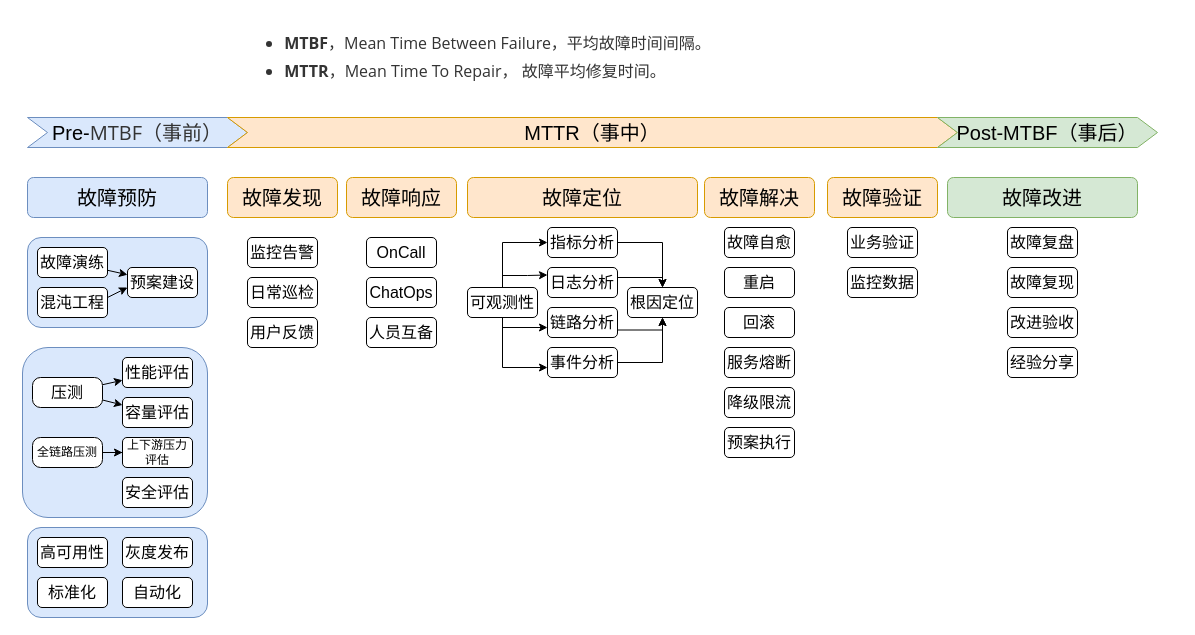
The draw.io diagram sre.drawio in clay-wangzhi/draw, before the edit. Source tidied: cells renumbered, new cells numbered last; positions are measured from the earlier drawing's top-left corner, leaving out a move shared by most shapes. Both pictures are drawn from the tidied source at 100%, with x=0, y=0 at pixel (22, 17).
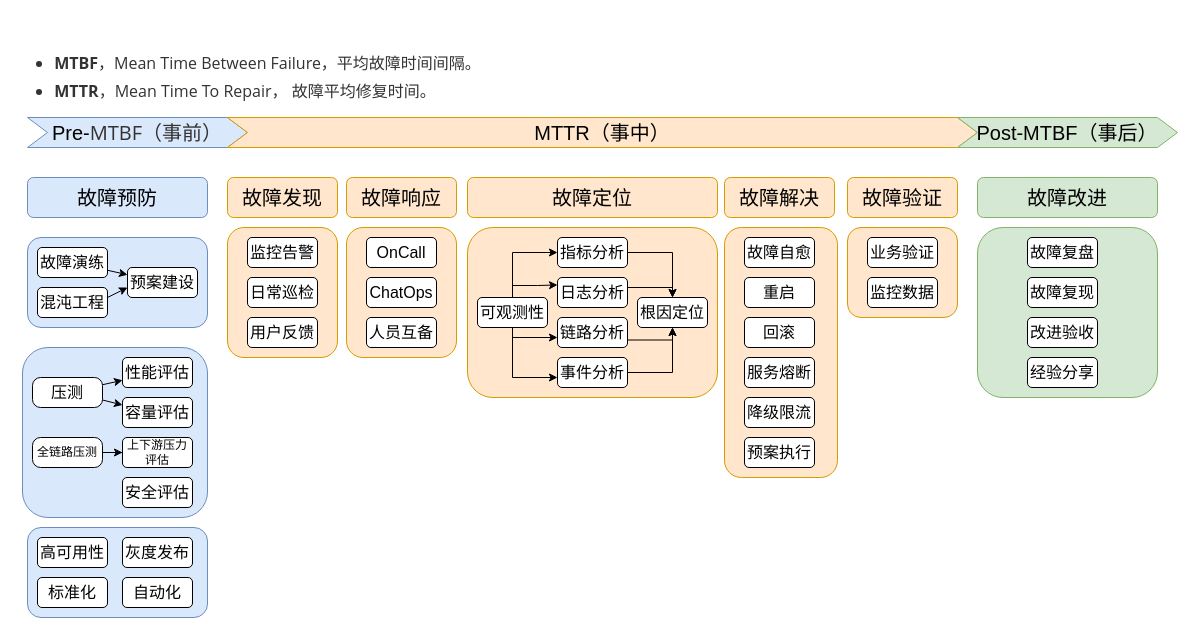
The same page after the edit.

Change to the diagram source:
```diff
@@
+    <mxCell id="66" style="rounded=1;whiteSpace=wrap;html=1;fillColor=#d5e8d4;strokeColor=#82b366;" parent="1" vertex="1">
+      <mxGeometry x="955" y="210" width="180" height="170" as="geometry" />
+    </mxCell>
+    <mxCell id="67" style="rounded=1;whiteSpace=wrap;html=1;fillColor=#ffe6cc;strokeColor=#d79b00;" parent="1" vertex="1">
+      <mxGeometry x="825" y="210" width="110" height="90" as="geometry" />
+    </mxCell>
+    <mxCell id="68" style="rounded=1;whiteSpace=wrap;html=1;fillColor=#ffe6cc;strokeColor=#d79b00;" parent="1" vertex="1">
+      <mxGeometry x="702" y="210" width="113" height="250" as="geometry" />
+    </mxCell>
+    <mxCell id="69" style="rounded=1;whiteSpace=wrap;html=1;fillColor=#ffe6cc;strokeColor=#d79b00;" parent="1" vertex="1">
+      <mxGeometry x="445" y="210" width="250" height="170" as="geometry" />
+    </mxCell>
+    <mxCell id="70" style="rounded=1;whiteSpace=wrap;html=1;fillColor=#ffe6cc;strokeColor=#d79b00;" parent="1" vertex="1">
+      <mxGeometry x="324" y="210" width="110" height="130" as="geometry" />
+    </mxCell>
+    <mxCell id="71" style="rounded=1;whiteSpace=wrap;html=1;fillColor=#ffe6cc;strokeColor=#d79b00;" parent="1" vertex="1">
+      <mxGeometry x="205" y="210" width="110" height="130" as="geometry" />
+    </mxCell>
@@
     <mxCell id="6" value="&lt;font style=&quot;font-size: 20px;&quot;&gt;MTTR（事中）&lt;/font&gt;" style="shape=step;perimeter=stepPerimeter;whiteSpace=wrap;html=1;fixedSize=1;fillColor=#ffe6cc;strokeColor=#d79b00;" parent="1" vertex="1">
-      <mxGeometry x="205" y="100" width="730" height="30" as="geometry" />
+      <mxGeometry x="205" y="100" width="750" height="30" as="geometry" />
     </mxCell>
     <mxCell id="7" value="&lt;font style=&quot;font-size: 20px;&quot;&gt;Post-MTBF（事后）&lt;/font&gt;" style="shape=step;perimeter=stepPerimeter;whiteSpace=wrap;html=1;fixedSize=1;fillColor=#d5e8d4;strokeColor=#82b366;" parent="1" vertex="1">
-      <mxGeometry x="915" y="100" width="220" height="30" as="geometry" />
+      <mxGeometry x="935" y="100" width="220" height="30" as="geometry" />
     </mxCell>
     <mxCell id="8" value="&lt;ul style=&quot;box-sizing: border-box; margin: 0.8em 0px; padding-left: 30px; position: relative; caret-color: rgb(51, 51, 51); color: rgb(51, 51, 51); font-family: &amp;quot;Open Sans&amp;quot;, &amp;quot;Clear Sans&amp;quot;, &amp;quot;Helvetica Neue&amp;quot;, Helvetica, Arial, &amp;quot;Segoe UI Emoji&amp;quot;, sans-serif; text-align: start; text-size-adjust: auto; background-color: rgb(255, 255, 255);&quot; class=&quot;ul-list&quot;&gt;&lt;li style=&quot;font-size: 16px; box-sizing: border-box; margin: 0px; position: relative;&quot; class=&quot;md-list-item md-focus-container&quot;&gt;&lt;p style=&quot;box-sizing: border-box; line-height: inherit; orphans: 4; margin: 0px 0px 0.5rem; position: relative;&quot; class=&quot;md-end-block md-p md-focus&quot;&gt;&lt;strong style=&quot;box-sizing: border-box;&quot;&gt;MTBF&lt;/strong&gt;&lt;span style=&quot;box-sizing: border-box;&quot; class=&quot;md-plain md-expand&quot;&gt;，Mean Time Between Failure，平均故障时间间隔。&lt;/span&gt;&lt;/p&gt;&lt;/li&gt;&lt;li style=&quot;font-size: 16px; box-sizing: border-box; margin: 0px; position: relative;&quot; class=&quot;md-list-item md-focus-container&quot;&gt;&lt;p style=&quot;box-sizing: border-box; line-height: inherit; orphans: 4; margin: 0px 0px 0.5rem; position: relative;&quot; class=&quot;md-end-block md-p md-focus&quot;&gt;&lt;strong style=&quot;box-sizing: border-box;&quot;&gt;MTTR&lt;/strong&gt;&lt;span style=&quot;box-sizing: border-box;&quot; class=&quot;md-plain md-expand&quot;&gt;，Mean Time To Repair， 故障平均修复时间。&lt;/span&gt;&lt;/p&gt;&lt;/li&gt;&lt;/ul&gt;" style="text;html=1;align=center;verticalAlign=middle;strokeColor=none;fillColor=none;" parent="1" vertex="1">
-      <mxGeometry x="225" width="470" height="80" as="geometry" />
+      <mxGeometry x="-5" y="20" width="470" height="80" as="geometry" />
     </mxCell>
@@
     <mxCell id="12" value="&lt;font style=&quot;font-size: 20px;&quot;&gt;故障定位&lt;/font&gt;" style="rounded=1;whiteSpace=wrap;html=1;fillColor=#ffe6cc;strokeColor=#d79b00;" parent="1" vertex="1">
-      <mxGeometry x="445" y="160" width="230" height="40" as="geometry" />
+      <mxGeometry x="445" y="160" width="250" height="40" as="geometry" />
     </mxCell>
     <mxCell id="13" value="&lt;font style=&quot;font-size: 20px;&quot;&gt;故障解决&lt;/font&gt;" style="rounded=1;whiteSpace=wrap;html=1;fillColor=#ffe6cc;strokeColor=#d79b00;" parent="1" vertex="1">
-      <mxGeometry x="682" y="160" width="110" height="40" as="geometry" />
+      <mxGeometry x="702" y="160" width="110" height="40" as="geometry" />
     </mxCell>
     <mxCell id="14" value="&lt;font style=&quot;font-size: 20px;&quot;&gt;故障验证&lt;/font&gt;" style="rounded=1;whiteSpace=wrap;html=1;fillColor=#ffe6cc;strokeColor=#d79b00;" parent="1" vertex="1">
-      <mxGeometry x="805" y="160" width="110" height="40" as="geometry" />
+      <mxGeometry x="825" y="160" width="110" height="40" as="geometry" />
     </mxCell>
     <mxCell id="15" value="&lt;font style=&quot;font-size: 20px;&quot;&gt;故障改进&lt;/font&gt;" style="rounded=1;whiteSpace=wrap;html=1;fillColor=#d5e8d4;strokeColor=#82b366;" parent="1" vertex="1">
-      <mxGeometry x="925" y="160" width="190" height="40" as="geometry" />
+      <mxGeometry x="955" y="160" width="180" height="40" as="geometry" />
     </mxCell>
@@
     <mxCell id="40" style="edgeStyle=orthogonalEdgeStyle;rounded=0;jettySize=auto;html=1;entryX=0;entryY=0.5;entryDx=0;entryDy=0;" parent="1" edge="1" source="41" target="43">
       <mxGeometry relative="1" as="geometry">
         <Array as="points">
-          <mxPoint x="480" y="225" />
+          <mxPoint x="490" y="235" />
         </Array>
       </mxGeometry>
     </mxCell>
     <mxCell id="41" value="&lt;font style=&quot;font-size: 16px;&quot;&gt;可观测性&lt;br&gt;&lt;/font&gt;" style="rounded=1;whiteSpace=wrap;html=1;" parent="1" vertex="1">
-      <mxGeometry x="445" y="270" width="70" height="30" as="geometry" />
+      <mxGeometry x="455" y="280" width="70" height="30" as="geometry" />
     </mxCell>
@@
     <mxCell id="43" value="&lt;font style=&quot;font-size: 16px;&quot;&gt;指标分析&lt;br&gt;&lt;/font&gt;" style="rounded=1;whiteSpace=wrap;html=1;" parent="1" vertex="1">
-      <mxGeometry x="525" y="210" width="70" height="30" as="geometry" />
+      <mxGeometry x="535" y="220" width="70" height="30" as="geometry" />
     </mxCell>
     <mxCell id="44" style="edgeStyle=orthogonalEdgeStyle;rounded=0;jettySize=auto;html=1;entryX=0.5;entryY=0;entryDx=0;entryDy=0;" parent="1" edge="1" source="45" target="49">
       <mxGeometry relative="1" as="geometry">
         <Array as="points">
-          <mxPoint x="640" y="260" />
+          <mxPoint x="650" y="270" />
         </Array>
       </mxGeometry>
     </mxCell>
     <mxCell id="45" value="&lt;font style=&quot;font-size: 16px;&quot;&gt;日志分析&lt;br&gt;&lt;/font&gt;" style="rounded=1;whiteSpace=wrap;html=1;" parent="1" vertex="1">
-      <mxGeometry x="525" y="250" width="70" height="30" as="geometry" />
+      <mxGeometry x="535" y="260" width="70" height="30" as="geometry" />
     </mxCell>
     <mxCell id="46" value="&lt;font style=&quot;font-size: 16px;&quot;&gt;链路分析&lt;br&gt;&lt;/font&gt;" style="rounded=1;whiteSpace=wrap;html=1;" parent="1" vertex="1">
-      <mxGeometry x="525" y="290" width="70" height="30" as="geometry" />
+      <mxGeometry x="535" y="300" width="70" height="30" as="geometry" />
     </mxCell>
@@
     <mxCell id="48" value="&lt;font style=&quot;font-size: 16px;&quot;&gt;事件分析&lt;br&gt;&lt;/font&gt;" style="rounded=1;whiteSpace=wrap;html=1;" parent="1" vertex="1">
-      <mxGeometry x="525" y="330" width="70" height="30" as="geometry" />
+      <mxGeometry x="535" y="340" width="70" height="30" as="geometry" />
     </mxCell>
     <mxCell id="49" value="&lt;font style=&quot;font-size: 16px;&quot;&gt;根因定位&lt;br&gt;&lt;/font&gt;" style="rounded=1;whiteSpace=wrap;html=1;" parent="1" vertex="1">
-      <mxGeometry x="605" y="270" width="70" height="30" as="geometry" />
+      <mxGeometry x="615" y="280" width="70" height="30" as="geometry" />
     </mxCell>
     <mxCell id="50" style="edgeStyle=orthogonalEdgeStyle;rounded=0;jettySize=auto;html=1;exitX=0.5;exitY=0;exitDx=0;exitDy=0;entryX=0;entryY=0.25;entryDx=0;entryDy=0;" parent="1" edge="1" source="41" target="45">
       <mxGeometry relative="1" as="geometry">
         <Array as="points">
-          <mxPoint x="480" y="258" />
-          <mxPoint x="505" y="258" />
+          <mxPoint x="490" y="268" />
+          <mxPoint x="515" y="268" />
         </Array>
       </mxGeometry>
     </mxCell>
     <mxCell id="51" style="edgeStyle=orthogonalEdgeStyle;rounded=0;jettySize=auto;html=1;exitX=0.5;exitY=1;exitDx=0;exitDy=0;entryX=0;entryY=0.25;entryDx=0;entryDy=0;" parent="1" edge="1" source="41">
       <mxGeometry relative="1" as="geometry">
-        <mxPoint x="525" y="310" as="targetPoint" />
+        <mxPoint x="535" y="320" as="targetPoint" />
         <Array as="points">
-          <mxPoint x="480" y="310" />
+          <mxPoint x="490" y="320" />
         </Array>
       </mxGeometry>
     </mxCell>
     <mxCell id="52" style="edgeStyle=orthogonalEdgeStyle;rounded=0;orthogonalLoop=1;jettySize=auto;html=1;entryX=0;entryY=0.25;entryDx=0;entryDy=0;" parent="1" edge="1">
       <mxGeometry relative="1" as="geometry">
-        <mxPoint x="480" y="300" as="sourcePoint" />
-        <mxPoint x="525" y="350" as="targetPoint" />
+        <mxPoint x="490" y="310" as="sourcePoint" />
+        <mxPoint x="535" y="360" as="targetPoint" />
         <Array as="points">
-          <mxPoint x="480" y="350" />
+          <mxPoint x="490" y="360" />
         </Array>
       </mxGeometry>
     </mxCell>
     <mxCell id="53" style="edgeStyle=orthogonalEdgeStyle;rounded=0;jettySize=auto;html=1;entryX=0.5;entryY=1;entryDx=0;entryDy=0;exitX=1;exitY=0.75;exitDx=0;exitDy=0;" parent="1" edge="1" source="46" target="49">
       <mxGeometry relative="1" as="geometry">
         <Array as="points">
-          <mxPoint x="640" y="313" />
+          <mxPoint x="650" y="323" />
         </Array>
       </mxGeometry>
     </mxCell>
     <mxCell id="54" value="&lt;font style=&quot;font-size: 16px;&quot;&gt;故障自愈&lt;br&gt;&lt;/font&gt;" style="rounded=1;whiteSpace=wrap;html=1;" parent="1" vertex="1">
-      <mxGeometry x="702" y="210" width="70" height="30" as="geometry" />
+      <mxGeometry x="722" y="220" width="70" height="30" as="geometry" />
     </mxCell>
     <mxCell id="55" value="&lt;font style=&quot;font-size: 16px;&quot;&gt;重启&lt;br&gt;&lt;/font&gt;" style="rounded=1;whiteSpace=wrap;html=1;" parent="1" vertex="1">
-      <mxGeometry x="702" y="250" width="70" height="30" as="geometry" />
+      <mxGeometry x="722" y="260" width="70" height="30" as="geometry" />
     </mxCell>
     <mxCell id="56" value="&lt;font style=&quot;font-size: 16px;&quot;&gt;回滚&lt;br&gt;&lt;/font&gt;" style="rounded=1;whiteSpace=wrap;html=1;" parent="1" vertex="1">
-      <mxGeometry x="702" y="290" width="70" height="30" as="geometry" />
+      <mxGeometry x="722" y="300" width="70" height="30" as="geometry" />
     </mxCell>
     <mxCell id="57" value="&lt;font style=&quot;font-size: 16px;&quot;&gt;服务熔断&lt;br&gt;&lt;/font&gt;" style="rounded=1;whiteSpace=wrap;html=1;" parent="1" vertex="1">
-      <mxGeometry x="702" y="330" width="70" height="30" as="geometry" />
+      <mxGeometry x="722" y="340" width="70" height="30" as="geometry" />
     </mxCell>
     <mxCell id="58" value="&lt;font style=&quot;font-size: 16px;&quot;&gt;降级限流&lt;br&gt;&lt;/font&gt;" style="rounded=1;whiteSpace=wrap;html=1;" parent="1" vertex="1">
-      <mxGeometry x="702" y="370" width="70" height="30" as="geometry" />
+      <mxGeometry x="722" y="380" width="70" height="30" as="geometry" />
     </mxCell>
     <mxCell id="59" value="&lt;font style=&quot;font-size: 16px;&quot;&gt;预案执行&lt;br&gt;&lt;/font&gt;" style="rounded=1;whiteSpace=wrap;html=1;" parent="1" vertex="1">
-      <mxGeometry x="702" y="410" width="70" height="30" as="geometry" />
+      <mxGeometry x="722" y="420" width="70" height="30" as="geometry" />
     </mxCell>
     <mxCell id="60" value="&lt;font style=&quot;font-size: 16px;&quot;&gt;业务验证&lt;br&gt;&lt;/font&gt;" style="rounded=1;whiteSpace=wrap;html=1;" parent="1" vertex="1">
-      <mxGeometry x="825" y="210" width="70" height="30" as="geometry" />
+      <mxGeometry x="845" y="220" width="70" height="30" as="geometry" />
     </mxCell>
     <mxCell id="61" value="&lt;font style=&quot;font-size: 16px;&quot;&gt;监控数据&lt;br&gt;&lt;/font&gt;" style="rounded=1;whiteSpace=wrap;html=1;" parent="1" vertex="1">
-      <mxGeometry x="825" y="250" width="70" height="30" as="geometry" />
+      <mxGeometry x="845" y="260" width="70" height="30" as="geometry" />
     </mxCell>
     <mxCell id="62" value="&lt;font style=&quot;font-size: 16px;&quot;&gt;故障复盘&lt;br&gt;&lt;/font&gt;" style="rounded=1;whiteSpace=wrap;html=1;" parent="1" vertex="1">
-      <mxGeometry x="985" y="210" width="70" height="30" as="geometry" />
+      <mxGeometry x="1005" y="220" width="70" height="30" as="geometry" />
     </mxCell>
     <mxCell id="63" value="&lt;font style=&quot;font-size: 16px;&quot;&gt;改进验收&lt;br&gt;&lt;/font&gt;" style="rounded=1;whiteSpace=wrap;html=1;" parent="1" vertex="1">
-      <mxGeometry x="985" y="290" width="70" height="30" as="geometry" />
+      <mxGeometry x="1005" y="300" width="70" height="30" as="geometry" />
     </mxCell>
     <mxCell id="64" value="&lt;font style=&quot;font-size: 16px;&quot;&gt;故障复现&lt;br&gt;&lt;/font&gt;" style="rounded=1;whiteSpace=wrap;html=1;" parent="1" vertex="1">
-      <mxGeometry x="985" y="250" width="70" height="30" as="geometry" />
+      <mxGeometry x="1005" y="260" width="70" height="30" as="geometry" />
     </mxCell>
     <mxCell id="65" value="&lt;font style=&quot;font-size: 16px;&quot;&gt;经验分享&lt;br&gt;&lt;/font&gt;" style="rounded=1;whiteSpace=wrap;html=1;" parent="1" vertex="1">
-      <mxGeometry x="985" y="330" width="70" height="30" as="geometry" />
+      <mxGeometry x="1005" y="340" width="70" height="30" as="geometry" />
     </mxCell>
```
